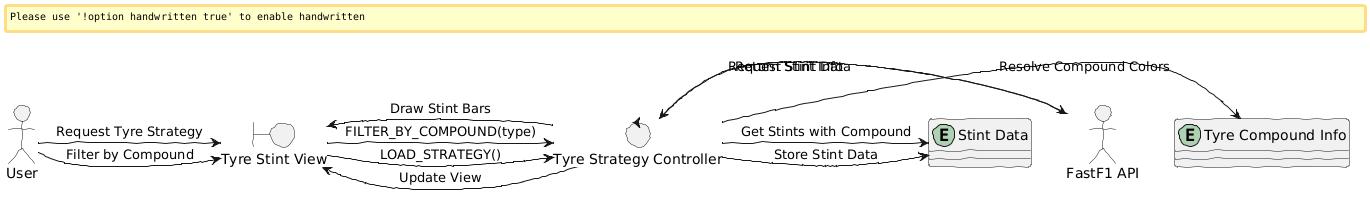
Above: Analysis/View_Tyre_Stints.png in AnkitaVilasPimpalkar08/CSCI_6234_Spring_2026_G23 (PlantUML), before the change.
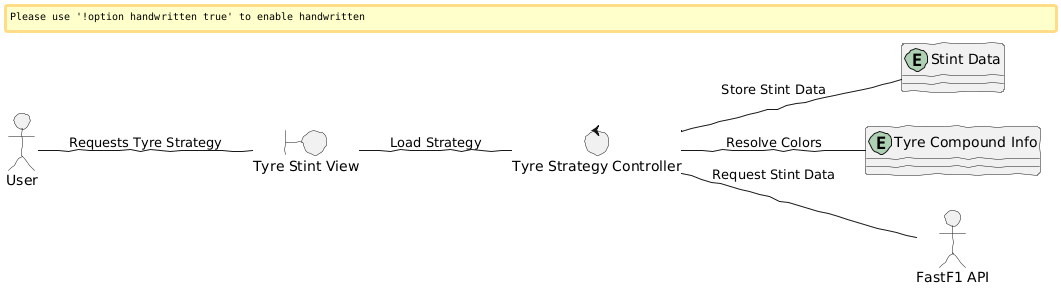
The same file after the commit.

The edit, as a diff of the source:
```diff
@@ -1,6 +1,8 @@
 @startuml
+left to right direction
+skinparam handwritten true
 allow_mixing
-skinparam handwritten true
+
 actor User
 boundary "Tyre Stint View" as GUI
 control "Tyre Strategy Controller" as CTRL
@@ -8,16 +10,9 @@
 entity "Tyre Compound Info" as TYRE
 actor "FastF1 API" as API
 
-User -> GUI : Request Tyre Strategy
-GUI -> CTRL : LOAD_STRATEGY()
-CTRL -> API : Request Stint Data
-API --> CTRL : Return Stint Info
-CTRL -> STINT : Store Stint Data
-CTRL -> TYRE : Resolve Compound Colors
-CTRL -> GUI : Draw Stint Bars
-
-User -> GUI : Filter by Compound
-GUI -> CTRL : FILTER_BY_COMPOUND(type)
-CTRL -> STINT : Get Stints with Compound
-CTRL -> GUI : Update View
+User -- GUI : Requests Tyre Strategy
+GUI -- CTRL : Load Strategy
+CTRL -- API : Request Stint Data
+CTRL -- STINT : Store Stint Data
+CTRL -- TYRE : Resolve Colors
 @enduml
```
